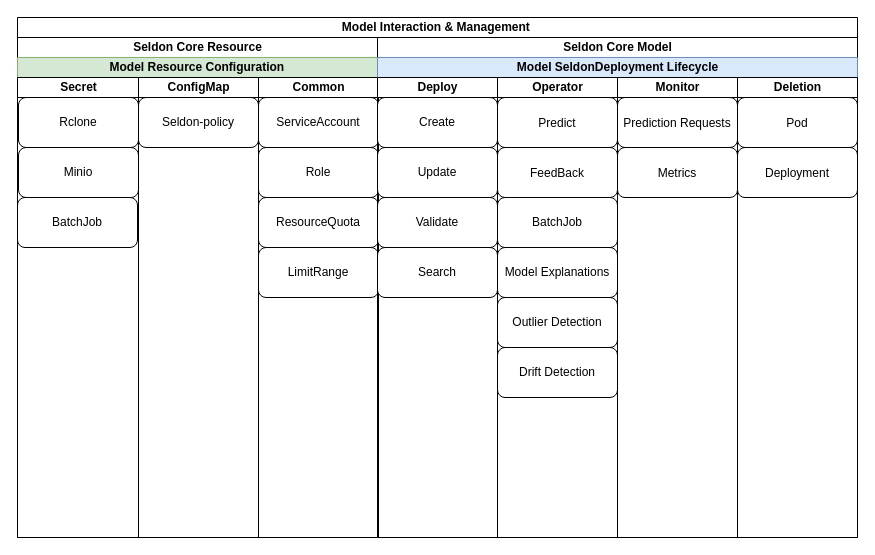
Above: page "Page-1" (1 of 2) of Seldon Model.drawio in LiuJin1203/graph (draw.io), before the change. Source tidied: cells renumbered, new cells numbered last; positions are measured from the earlier drawing's top-left corner, leaving out a move shared by most shapes. Both pictures are drawn from the tidied source at 100%, with x=0, y=0 at pixel (17, 17).
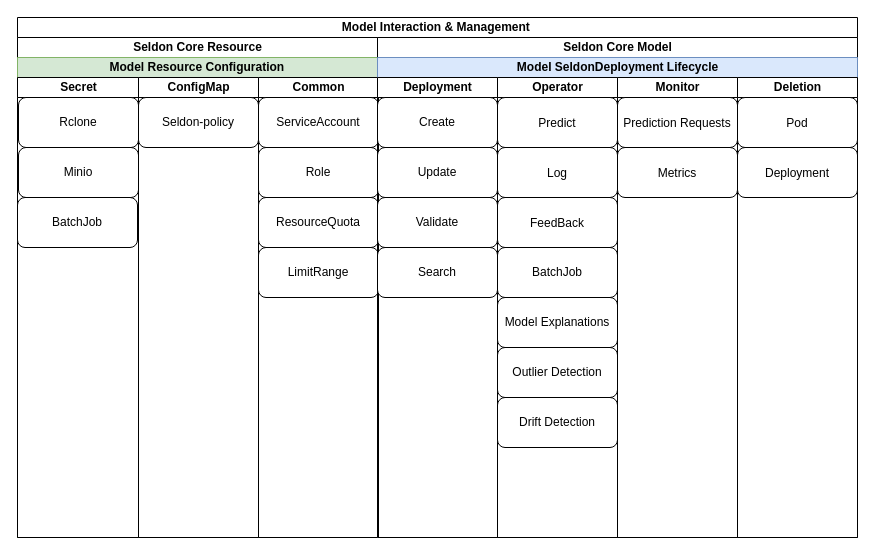
The same diagram, later.

Unchanged cells that the change refers to:
```xml
<mxCell id="17" value="Model SeldonDeployment Lifecycle" style="swimlane;startSize=20;html=1;fillColor=#dae8fc;strokeColor=#6c8ebf;" parent="16" vertex="1">
  <mxGeometry y="20" width="480" height="480" as="geometry" />
</mxCell>
<mxCell id="23" value="Operator" style="swimlane;startSize=20;html=1;" parent="17" vertex="1">
  <mxGeometry x="120" y="20" width="120" height="460" as="geometry" />
</mxCell>
```

Diff of the diagram source:
```diff
@@
-    <mxCell id="18" value="Deploy" style="swimlane;startSize=20;html=1;" parent="17" vertex="1">
+    <mxCell id="18" value="Deployment" style="swimlane;startSize=20;html=1;" parent="17" vertex="1">
       <mxGeometry y="20" width="120" height="460" as="geometry" />
     </mxCell>
@@
     <mxCell id="25" value="&lt;h3&gt;&lt;font style=&quot;font-size: 12px; font-weight: normal;&quot;&gt;FeedBack&lt;/font&gt;&lt;/h3&gt;" style="rounded=1;whiteSpace=wrap;html=1;" parent="23" vertex="1">
-      <mxGeometry y="70" width="120" height="50" as="geometry" />
+      <mxGeometry y="120" width="120" height="50" as="geometry" />
     </mxCell>
     <mxCell id="26" value="BatchJob" style="rounded=1;whiteSpace=wrap;html=1;" parent="23" vertex="1">
-      <mxGeometry y="120" width="120" height="50" as="geometry" />
+      <mxGeometry y="170" width="120" height="50" as="geometry" />
     </mxCell>
     <mxCell id="27" value="Model Explanations" style="rounded=1;whiteSpace=wrap;html=1;" parent="23" vertex="1">
-      <mxGeometry y="170" width="120" height="50" as="geometry" />
+      <mxGeometry y="220" width="120" height="50" as="geometry" />
     </mxCell>
     <mxCell id="28" value="Outlier Detection" style="rounded=1;whiteSpace=wrap;html=1;" parent="23" vertex="1">
-      <mxGeometry y="220" width="120" height="50" as="geometry" />
+      <mxGeometry y="270" width="120" height="50" as="geometry" />
     </mxCell>
     <mxCell id="29" value="Drift Detection" style="rounded=1;whiteSpace=wrap;html=1;" parent="23" vertex="1">
-      <mxGeometry y="270" width="120" height="50" as="geometry" />
+      <mxGeometry y="320" width="120" height="50" as="geometry" />
     </mxCell>
+    <mxCell id="36" value="&lt;h3&gt;&lt;font style=&quot;font-size: 12px; font-weight: normal;&quot;&gt;Log&lt;/font&gt;&lt;/h3&gt;" style="rounded=1;whiteSpace=wrap;html=1;" parent="23" vertex="1">
+      <mxGeometry y="70" width="120" height="50" as="geometry" />
+    </mxCell>
```
